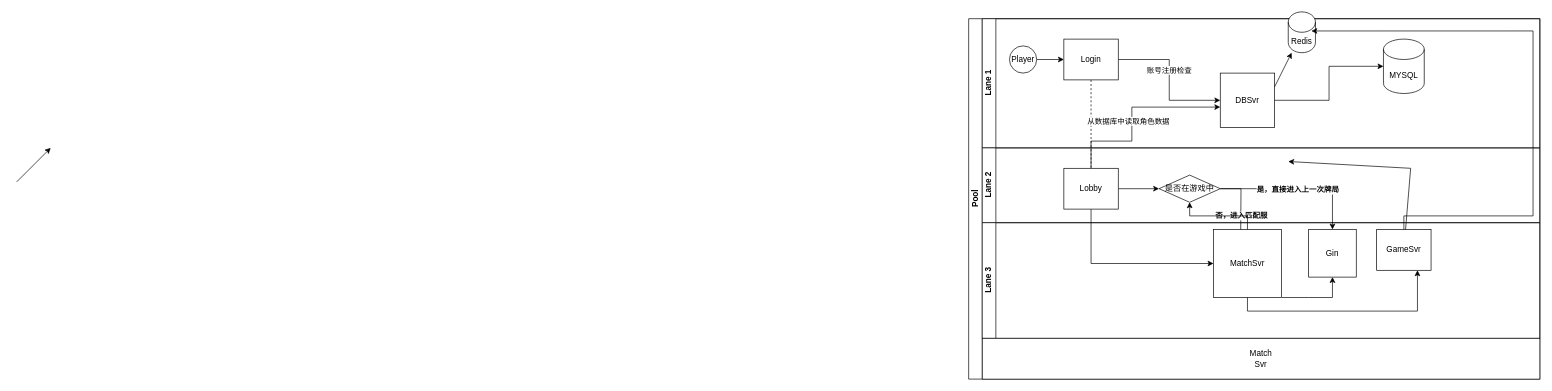
Before: Untitled Diagram.drawio in bactq/cmder, a draw.io diagram. Source tidied: cells renumbered, new cells numbered last; positions are measured from the earlier drawing's top-left corner, leaving out a move shared by most shapes. Both pictures are drawn from the tidied source at 68%, with x=0, y=0 at pixel (16, 12).
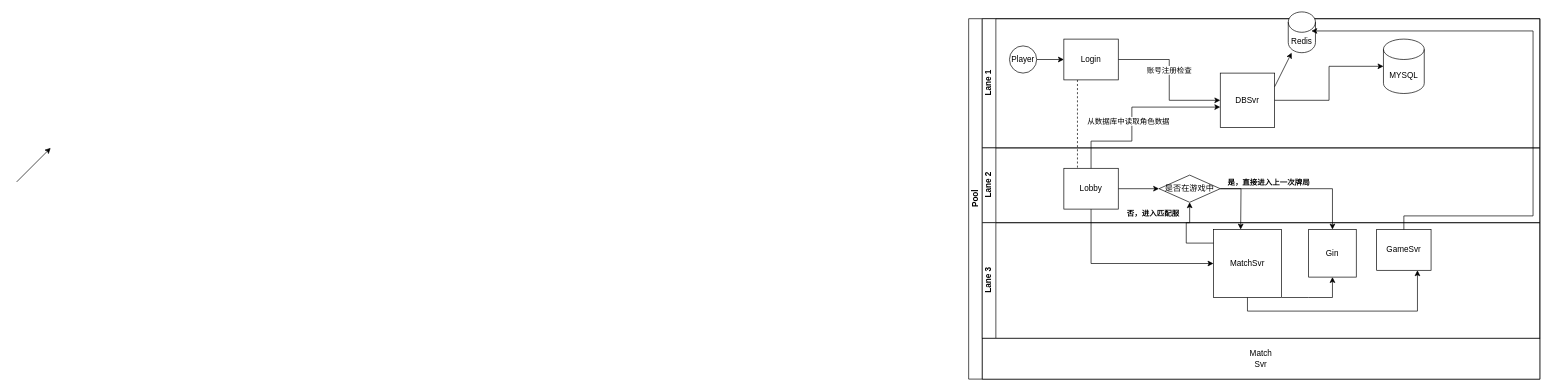
After the change.

Unchanged cells that the change refers to:
```xml
<mxCell id="2" value="Pool" style="swimlane;html=1;horizontal=0;startSize=20;" parent="1" vertex="1">
  <mxGeometry x="1400" y="10" width="840" height="530" as="geometry" />
</mxCell>
<mxCell id="12" value="Login" style="rounded=0;whiteSpace=wrap;html=1;fontFamily=Helvetica;fontSize=12;fontColor=#000000;align=center;" parent="7" vertex="1">
  <mxGeometry x="120" y="30" width="80" height="60" as="geometry" />
</mxCell>
<mxCell id="18" value="Lobby" style="rounded=0;whiteSpace=wrap;html=1;fontFamily=Helvetica;fontSize=12;fontColor=#000000;align=center;" parent="16" vertex="1">
  <mxGeometry x="120" y="30" width="80" height="60" as="geometry" />
</mxCell>
<mxCell id="19" value="是否在游戏中" style="rhombus;whiteSpace=wrap;html=1;fontFamily=Helvetica;fontSize=12;fontColor=#000000;align=center;" parent="16" vertex="1">
  <mxGeometry x="260" y="40" width="90" height="40" as="geometry" />
</mxCell>
<mxCell id="23" value="MatchSvr&lt;br&gt;" style="whiteSpace=wrap;html=1;" parent="20" vertex="1">
  <mxGeometry x="340" y="10" width="100" height="100" as="geometry" />
</mxCell>
<mxCell id="24" value="GameSvr&lt;br&gt;" style="rounded=0;whiteSpace=wrap;html=1;fontFamily=Helvetica;fontSize=12;fontColor=#000000;align=center;" parent="20" vertex="1">
  <mxGeometry x="580" y="10" width="80" height="60" as="geometry" />
</mxCell>
<mxCell id="28" style="edgeStyle=orthogonalEdgeStyle;rounded=0;jettySize=auto;html=1;" parent="2" edge="1" source="19" target="21">
  <mxGeometry relative="1" as="geometry" />
</mxCell>
```

Change to the diagram source:
```diff
@@
     <mxCell id="3" style="edgeStyle=orthogonalEdgeStyle;rounded=0;jettySize=auto;html=1;dashed=1;endArrow=none;endFill=0;" parent="2" edge="1" source="12" target="18">
-      <mxGeometry relative="1" as="geometry" />
+      <mxGeometry relative="1" as="geometry">
+        <Array as="points">
+          <mxPoint x="160" y="160" />
+          <mxPoint x="160" y="160" />
+        </Array>
+      </mxGeometry>
     </mxCell>
     <mxCell id="4" style="edgeStyle=orthogonalEdgeStyle;rounded=0;jettySize=auto;html=1;endArrow=classic;endFill=1;" parent="2" edge="1" source="19">
       <mxGeometry relative="1" as="geometry">
-        <mxPoint x="400" y="320" as="targetPoint" />
+        <mxPoint x="400" y="310" as="targetPoint" />
       </mxGeometry>
     </mxCell>
     <mxCell id="5" value="否，进入匹配服" style="edgeLabel;html=1;align=center;verticalAlign=middle;fontStyle=1;" parent="4" vertex="1">
       <mxGeometry x="-0.25" y="-1" relative="1" as="geometry">
-        <mxPoint x="1" y="32" as="offset" />
+        <mxPoint x="-129" y="32" as="offset" />
       </mxGeometry>
     </mxCell>
@@
     <mxCell id="29" value="是，直接进入上一次牌局&lt;br&gt;" style="edgeLabel;html=1;align=center;verticalAlign=middle;fontStyle=1;" parent="28" vertex="1">
-      <mxGeometry y="-1" relative="1" as="geometry" />
+      <mxGeometry y="-1" relative="1" as="geometry">
+        <mxPoint x="-43" y="-11" as="offset" />
+      </mxGeometry>
     </mxCell>
@@
     <mxCell id="32" style="edgeStyle=orthogonalEdgeStyle;rounded=0;jettySize=auto;html=1;entryX=0.5;entryY=1;entryDx=0;entryDy=0;" parent="2" edge="1" source="23" target="19">
-      <mxGeometry relative="1" as="geometry" />
+      <mxGeometry relative="1" as="geometry">
+        <Array as="points">
+          <mxPoint x="320" y="330" />
+          <mxPoint x="320" y="300" />
+          <mxPoint x="325" y="300" />
+        </Array>
+      </mxGeometry>
     </mxCell>
@@
-    <mxCell id="36" style="endArrow=classic;html=1;rounded=0;" parent="1" edge="1" source="24">
-      <mxGeometry relative="1" as="geometry">
-        <mxPoint x="1870" y="220" as="targetPoint" />
-        <Array as="points">
-          <mxPoint x="2050" y="230" />
-        </Array>
-      </mxGeometry>
-    </mxCell>
```
